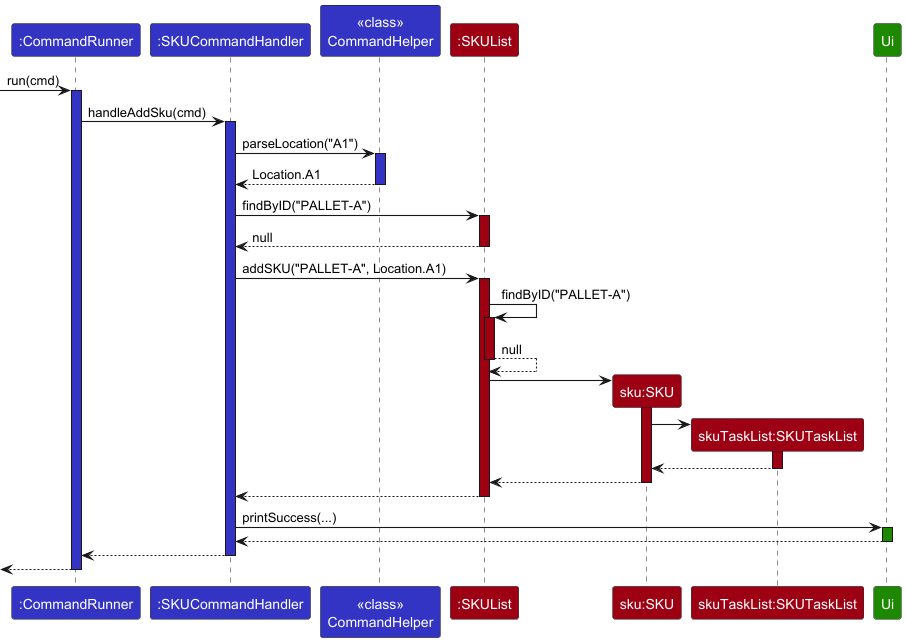
This is docs/diagrams/add-delete-sku/add-sku-sequence.png from heehaw1234/tp, a PlantUML export, as it was before one commit. Source of this version:
```plantuml
@startuml
!include ../style.puml
skinparam arrowThickness 1.1
skinparam classAttributeIconSize 0
hide circle
skinparam participantFontColor #FFFFFF

participant ":CommandRunner" as runner LOGIC_COLOR
participant ":SKUCommandHandler" as skuHandler LOGIC_COLOR
participant "<<class>>\nCommandHelper" as commandHelper LOGIC_COLOR

participant ":SKUList" as skuList MODEL_COLOR
participant "sku:SKU" as sku MODEL_COLOR
participant "skuTaskList:SKUTaskList" as taskList MODEL_COLOR

participant "Ui" as ui UI_COLOR

[-> runner : run(cmd)
activate runner LOGIC_COLOR

runner -> skuHandler : handleAddSku(cmd)
activate skuHandler LOGIC_COLOR

skuHandler -> commandHelper : parseLocation("A1")
activate commandHelper LOGIC_COLOR
commandHelper --> skuHandler : Location.A1
deactivate commandHelper

skuHandler -> skuList : findByID("PALLET-A")
activate skuList MODEL_COLOR
skuList --> skuHandler : null
deactivate skuList

skuHandler -> skuList : addSKU("PALLET-A", Location.A1)
activate skuList MODEL_COLOR

skuList -> skuList : findByID("PALLET-A")
activate skuList MODEL_COLOR
skuList --> skuList : null
deactivate skuList

create sku
skuList -> sku
activate sku MODEL_COLOR

create taskList
sku -> taskList
activate taskList MODEL_COLOR
taskList --> sku
deactivate taskList

sku --> skuList
deactivate sku

skuList --> skuHandler
deactivate skuList

skuHandler -> ui : printSuccess(...)
activate ui UI_COLOR
ui --> skuHandler
deactivate ui

skuHandler --> runner
deactivate skuHandler

[<-- runner
deactivate runner
@enduml
```
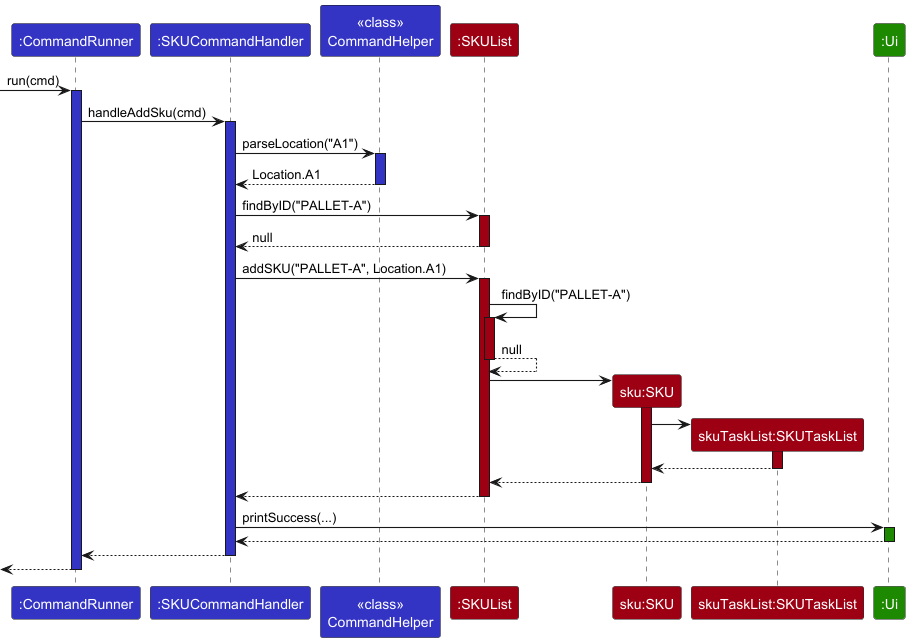
Above is the later version.

Diff of the diagram source:
```diff
@@ -13,7 +13,7 @@
 participant "sku:SKU" as sku MODEL_COLOR
 participant "skuTaskList:SKUTaskList" as taskList MODEL_COLOR
 
-participant "Ui" as ui UI_COLOR
+participant ":Ui" as ui UI_COLOR
 
 [-> runner : run(cmd)
 activate runner LOGIC_COLOR
```
